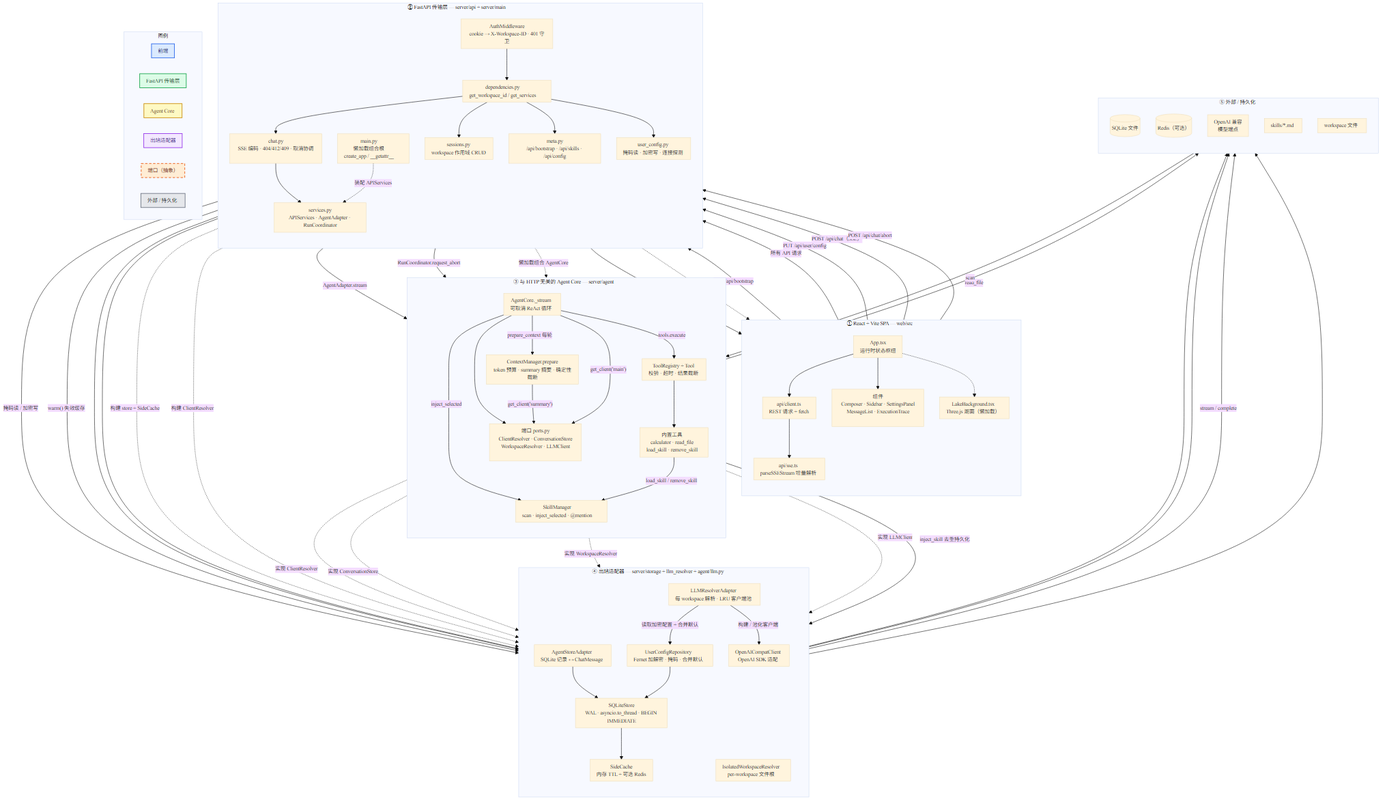
Earlier version of the Mermaid export docs/architecture.png (QQYmake/wenqv). Its source is kept beside it as docs/architecture.mmd.
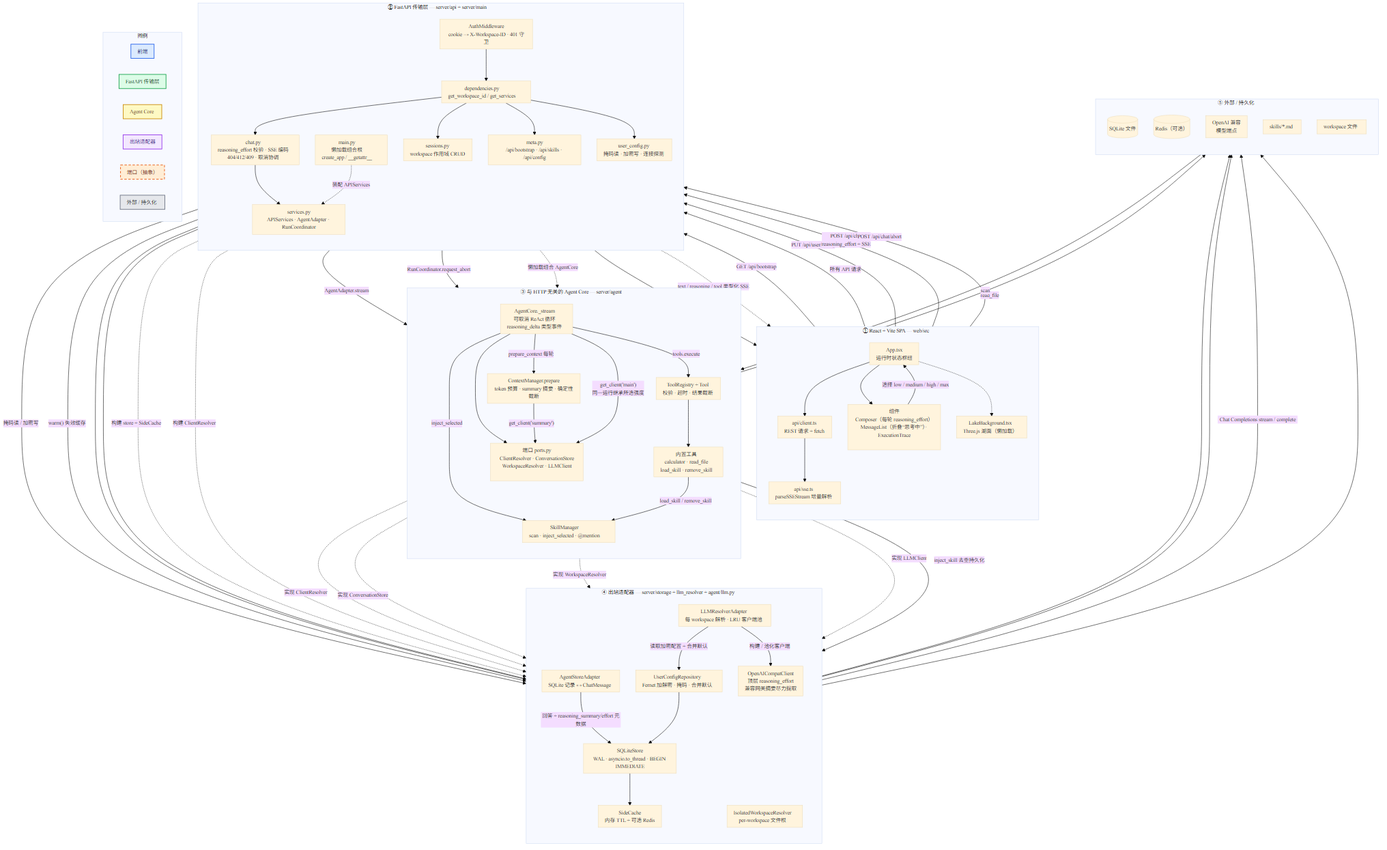
The same file after the commit.

What changed in the source:
```diff
@@ -10,7 +10,7 @@
     subgraph CLIENT["① React + Vite SPA — web/src"]
         direction TB
         App["App.tsx<br/>运行时状态枢纽"]
-        UI["组件<br/>Composer · Sidebar · SettingsPanel<br/>MessageList · ExecutionTrace"]
+        UI["组件<br/>Composer（每轮 reasoning_effort）<br/>MessageList（折叠“思考中”）· ExecutionTrace"]
         APICLIENT["api/client.ts<br/>REST 请求 + fetch"]
         SSE["api/sse.ts<br/>parseSSEStream 增量解析"]
         LAKE["LakeBackground.tsx<br/>Three.js 湖面（懒加载）"]
@@ -21,7 +21,7 @@
         MAIN["main.py<br/>懒加载组合根<br/>create_app / __getattr__"]
         AUTH["AuthMiddleware<br/>cookie → X-Workspace-ID · 401 守卫"]
         DEPS["dependencies.py<br/>get_workspace_id / get_services"]
-        CHAT["chat.py<br/>SSE 编码 · 404/412/409 · 取消协调"]
+        CHAT["chat.py<br/>reasoning_effort 校验 · SSE 编码<br/>404/412/409 · 取消协调"]
         SESSIONS["sessions.py<br/>workspace 作用域 CRUD"]
         META["meta.py<br/>/api/bootstrap · /api/skills · /api/config"]
         UCFG["user_config.py<br/>掩码读 · 加密写 · 连接探测"]
@@ -30,7 +30,7 @@
 
     subgraph CORE["③ 与 HTTP 无关的 Agent Core — server/agent"]
         direction TB
-        ACORE["AgentCore._stream<br/>可取消 ReAct 循环"]
+        ACORE["AgentCore._stream<br/>可取消 ReAct 循环<br/>reasoning_delta 类型事件"]
         CTX["ContextManager.prepare<br/>token 预算 · summary 摘要 · 确定性截断"]
         SKILL["SkillManager<br/>scan · inject_selected · @mention"]
         REG["ToolRegistry + Tool<br/>校验 · 超时 · 结果截断"]
@@ -45,7 +45,7 @@
         SCACHE["SideCache<br/>内存 TTL + 可选 Redis"]
         UREPO["UserConfigRepository<br/>Fernet 加解密 · 掩码 · 合并默认"]
         RESOLVER["LLMResolverAdapter<br/>每 workspace 解析 · LRU 客户端池"]
-        OAI["OpenAICompatClient<br/>OpenAI SDK 适配"]
+        OAI["OpenAICompatClient<br/>顶层 reasoning_effort<br/>兼容网关摘要尽力提取"]
         WRES["IsolatedWorkspaceResolver<br/>per-workspace 文件根"]
     end
 
@@ -72,10 +72,11 @@
     UCFG -->|"掩码读 / 加密写"| UREPO
     UCFG -->|"warm() 失效缓存"| RESOLVER
 
-    APICLIENT -->|"POST /api/chat（SSE）"| CHAT
+    UI -->|"选择 low / medium / high / max"| App
+    APICLIENT -->|"POST /api/chat<br/>reasoning_effort + SSE"| CHAT
     CHAT --> SVC
     SVC -->|"AgentAdapter.stream"| ACORE
-    CHAT -.->|"类型化 SSE 帧回流"| APICLIENT
+    CHAT -.->|"text / reasoning / tool 类型化 SSE"| APICLIENT
     APICLIENT -->|"POST /api/chat/abort"| CHAT
     SVC -->|"RunCoordinator.request_abort"| ACORE
 
@@ -85,7 +86,7 @@
     REG --> TOOLS
     ACORE --> PORTS
     CTX -->|"get_client('summary')"| PORTS
-    ACORE -->|"get_client('main')"| PORTS
+    ACORE -->|"get_client('main')<br/>同一运行继承所选强度"| PORTS
     TOOLS -->|"load_skill / remove_skill"| SKILL
     TOOLS -->|"read_file"| WFILES
     SKILLFILES -->|"scan"| SKILL
@@ -95,7 +96,7 @@
     PORTS -.->|"实现 WorkspaceResolver"| WRES
     PORTS -.->|"实现 LLMClient"| OAI
 
-    SADAPTER --> SQLITE
+    SADAPTER -->|"回答 + reasoning_summary/effort 元数据"| SQLITE
     SKILL -->|"inject_skill 去重持久化"| SADAPTER
     SQLITE --> DB
     SQLITE --> SCACHE
@@ -106,7 +107,7 @@
 
     RESOLVER -->|"读取加密配置 + 合并默认"| UREPO
     RESOLVER -->|"构建 / 池化客户端"| OAI
-    OAI -->|"stream / complete"| REMOTE
+    OAI -->|"Chat Completions stream / complete"| REMOTE
     WRES --> WFILES
 
     MAIN -.->|"装配 APIServices"| SVC
```
